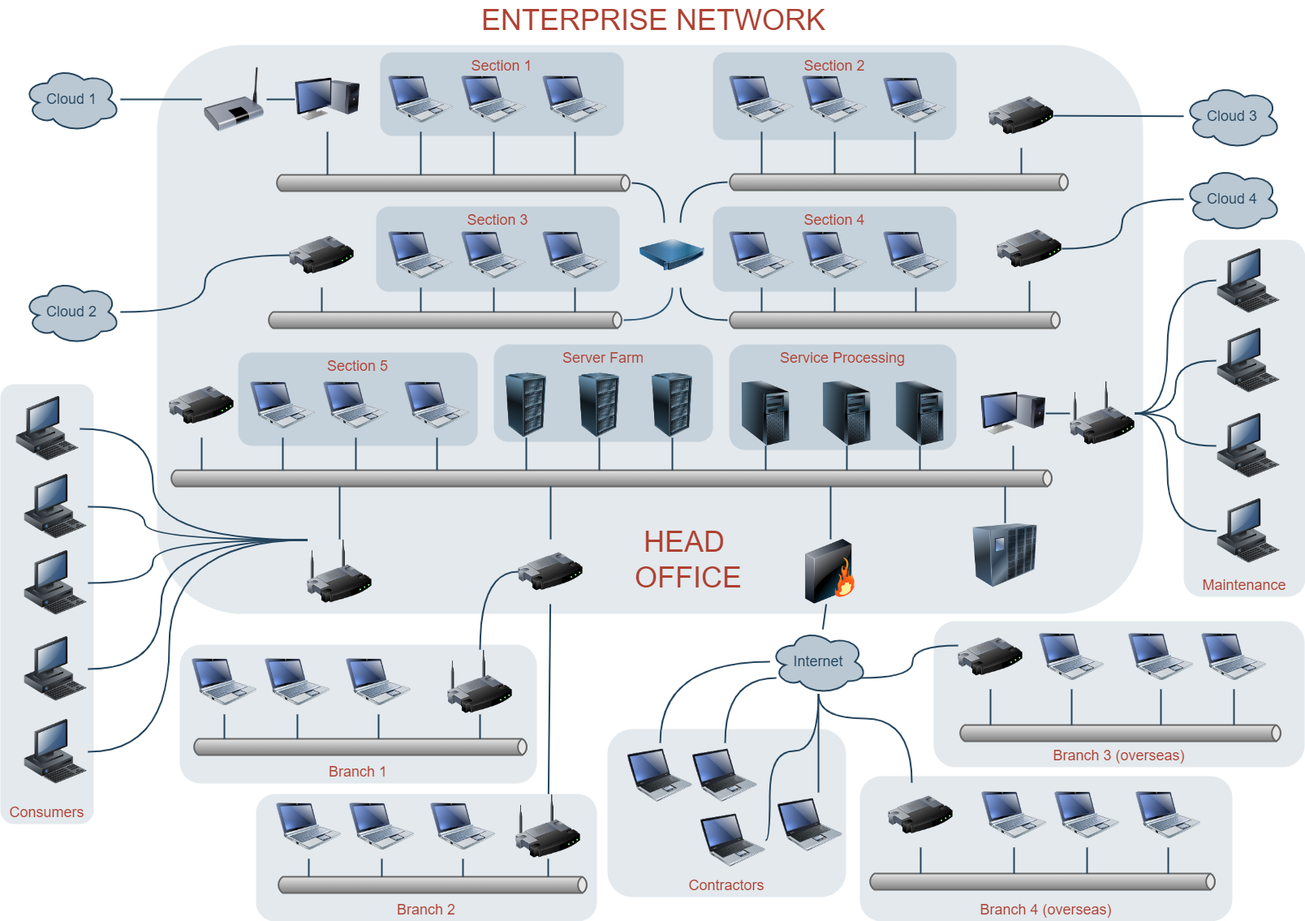
Earlier version of the draw.io export UML-DIAGRAMS/Network architecture.drawio.png (MDHaggai/NetworkAutomation). Source tidied: cells renumbered, new cells last; positions are measured from the earlier drawing's top-left corner, leaving out a move shared by most shapes.
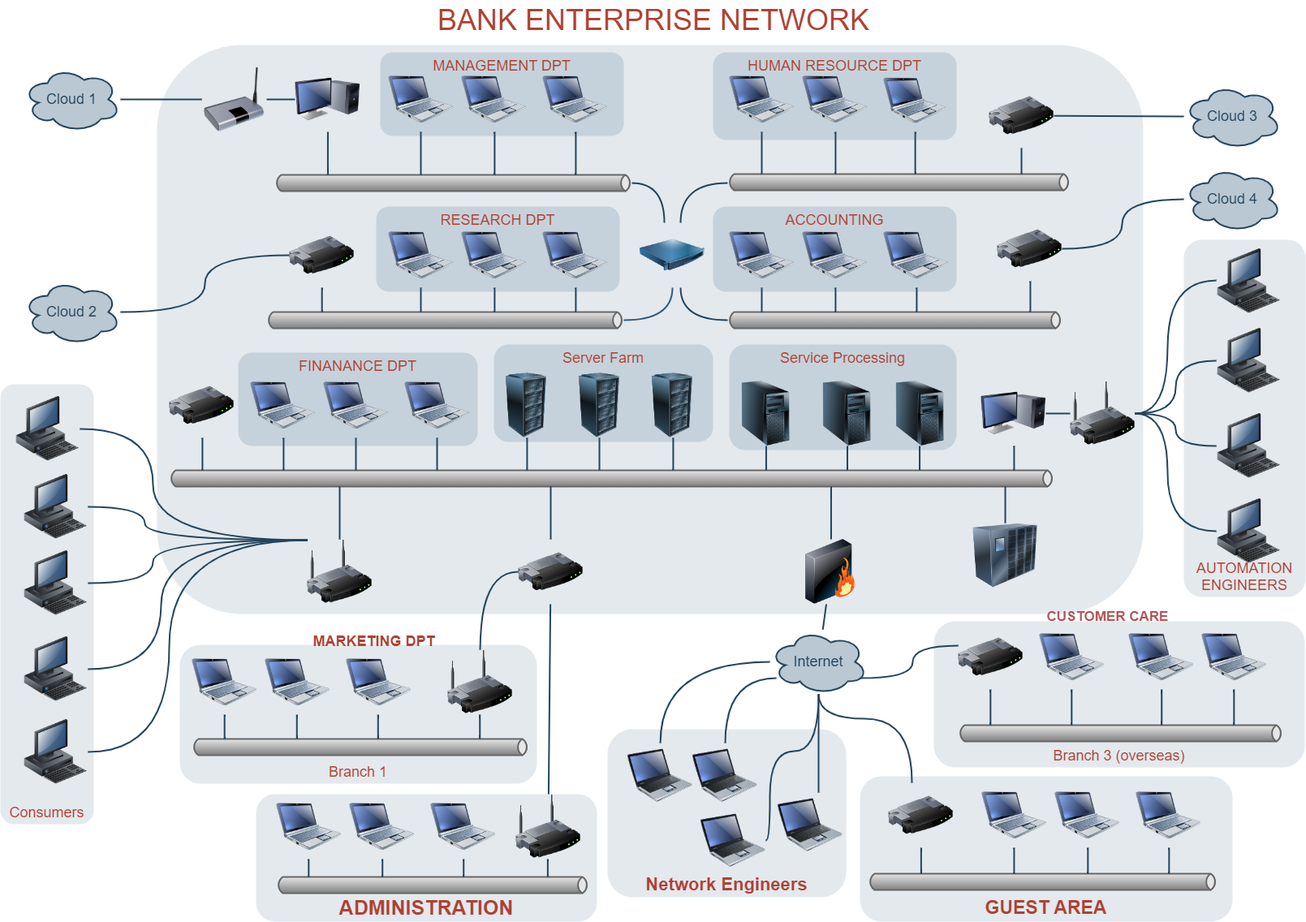
After the change.

What changed in the source:
```diff
@@ -2,19 +2,19 @@
   <root>
     <mxCell id="0" />
     <mxCell id="1" parent="0" />
-    <mxCell id="2" value="Maintenance" style="rounded=1;whiteSpace=wrap;html=1;shadow=0;strokeColor=none;fillColor=#BAC8D3;gradientColor=none;fontSize=18;fontColor=#AE4132;verticalAlign=bottom;fontStyle=0;opacity=40;strokeWidth=3;" parent="1" vertex="1">
+    <mxCell id="2" value="AUTOMATION ENGINEERS" style="rounded=1;whiteSpace=wrap;html=1;shadow=0;strokeColor=none;fillColor=#BAC8D3;gradientColor=none;fontSize=18;fontColor=#AE4132;verticalAlign=bottom;fontStyle=0;opacity=40;strokeWidth=3;" parent="1" vertex="1">
       <mxGeometry x="1458" y="295" width="150" height="440" as="geometry" />
     </mxCell>
     <mxCell id="3" style="rounded=1;whiteSpace=wrap;html=1;shadow=0;strokeColor=none;fillColor=#BAC8D3;gradientColor=none;fontSize=18;fontColor=#F08705;opacity=40;fontStyle=0;strokeWidth=3;" parent="1" vertex="1">
       <mxGeometry x="193" y="55" width="1215" height="701" as="geometry" />
     </mxCell>
-    <mxCell id="4" value="&lt;span&gt;Section 1&lt;/span&gt;" style="rounded=1;whiteSpace=wrap;html=1;shadow=0;strokeColor=none;fillColor=#BAC8D3;gradientColor=none;fontSize=18;fontColor=#AE4132;verticalAlign=top;opacity=70;fontStyle=0;strokeWidth=3;" parent="1" vertex="1">
+    <mxCell id="4" value="&lt;span&gt;MANAGEMENT DPT&lt;/span&gt;" style="rounded=1;whiteSpace=wrap;html=1;shadow=0;strokeColor=none;fillColor=#BAC8D3;gradientColor=none;fontSize=18;fontColor=#AE4132;verticalAlign=top;opacity=70;fontStyle=0;strokeWidth=3;" parent="1" vertex="1">
       <mxGeometry x="468" y="64" width="300" height="103" as="geometry" />
     </mxCell>
-    <mxCell id="5" value="&lt;span style=&quot;line-height: 17.1818180084229px&quot;&gt;Section 3&lt;/span&gt;" style="rounded=1;whiteSpace=wrap;html=1;shadow=0;strokeColor=none;fillColor=#BAC8D3;gradientColor=none;fontSize=18;fontColor=#AE4132;verticalAlign=top;fontStyle=0;opacity=70;strokeWidth=3;" parent="1" vertex="1">
+    <mxCell id="5" value="&lt;span style=&quot;line-height: 17.1818180084229px&quot;&gt;RESEARCH DPT&lt;/span&gt;" style="rounded=1;whiteSpace=wrap;html=1;shadow=0;strokeColor=none;fillColor=#BAC8D3;gradientColor=none;fontSize=18;fontColor=#AE4132;verticalAlign=top;fontStyle=0;opacity=70;strokeWidth=3;" parent="1" vertex="1">
       <mxGeometry x="463" y="254" width="300" height="105" as="geometry" />
     </mxCell>
-    <mxCell id="6" value="&lt;span style=&quot;line-height: 17.1818180084229px&quot;&gt;Section 5&lt;/span&gt;" style="rounded=1;whiteSpace=wrap;html=1;shadow=0;strokeColor=none;fillColor=#BAC8D3;gradientColor=none;fontSize=18;fontColor=#AE4132;verticalAlign=top;fontStyle=0;opacity=70;strokeWidth=3;" parent="1" vertex="1">
+    <mxCell id="6" value="&lt;span style=&quot;line-height: 17.1818180084229px&quot;&gt;FINANANCE DPT&lt;/span&gt;" style="rounded=1;whiteSpace=wrap;html=1;shadow=0;strokeColor=none;fillColor=#BAC8D3;gradientColor=none;fontSize=18;fontColor=#AE4132;verticalAlign=top;fontStyle=0;opacity=70;strokeWidth=3;" parent="1" vertex="1">
       <mxGeometry x="293" y="434" width="295" height="115" as="geometry" />
     </mxCell>
     <mxCell id="7" value="Server Farm" style="rounded=1;whiteSpace=wrap;html=1;shadow=0;strokeColor=none;fillColor=#BAC8D3;gradientColor=none;fontSize=18;fontColor=#AE4132;verticalAlign=top;fontStyle=0;opacity=70;strokeWidth=3;" parent="1" vertex="1">
@@ -23,22 +23,22 @@
     <mxCell id="8" value="Service Processing" style="rounded=1;whiteSpace=wrap;html=1;shadow=0;strokeColor=none;fillColor=#BAC8D3;gradientColor=none;fontSize=18;fontColor=#AE4132;verticalAlign=top;fontStyle=0;opacity=70;strokeWidth=3;" parent="1" vertex="1">
       <mxGeometry x="898" y="424" width="280" height="130" as="geometry" />
     </mxCell>
-    <mxCell id="9" value="&lt;span style=&quot;line-height: 17.1818180084229px&quot;&gt;Section 4&lt;/span&gt;&lt;br&gt;" style="rounded=1;whiteSpace=wrap;html=1;shadow=0;strokeColor=none;fillColor=#BAC8D3;gradientColor=none;fontSize=18;fontColor=#AE4132;verticalAlign=top;opacity=70;fontStyle=0;strokeWidth=3;" parent="1" vertex="1">
+    <mxCell id="9" value="ACCOUNTING" style="rounded=1;whiteSpace=wrap;html=1;shadow=0;strokeColor=none;fillColor=#BAC8D3;gradientColor=none;fontSize=18;fontColor=#AE4132;verticalAlign=top;opacity=70;fontStyle=0;strokeWidth=3;" parent="1" vertex="1">
       <mxGeometry x="878" y="254" width="300" height="105" as="geometry" />
     </mxCell>
-    <mxCell id="10" value="&lt;span style=&quot;line-height: 17.1818180084229px&quot;&gt;Section 2&lt;/span&gt;&lt;br&gt;" style="rounded=1;whiteSpace=wrap;html=1;shadow=0;strokeColor=none;fillColor=#BAC8D3;gradientColor=none;fontSize=18;fontColor=#AE4132;verticalAlign=top;opacity=70;fontStyle=0;strokeWidth=3;" parent="1" vertex="1">
+    <mxCell id="10" value="&lt;span style=&quot;line-height: 17.1818180084229px&quot;&gt;HUMAN RESOURCE DPT&lt;/span&gt;" style="rounded=1;whiteSpace=wrap;html=1;shadow=0;strokeColor=none;fillColor=#BAC8D3;gradientColor=none;fontSize=18;fontColor=#AE4132;verticalAlign=top;opacity=70;fontStyle=0;strokeWidth=3;" parent="1" vertex="1">
       <mxGeometry x="878" y="64" width="300" height="108" as="geometry" />
     </mxCell>
-    <mxCell id="11" value="Branch 4&lt;span style=&quot;line-height: 17.1818180084229px&quot;&gt;&amp;nbsp;(overseas)&lt;/span&gt;" style="rounded=1;whiteSpace=wrap;html=1;shadow=0;strokeColor=none;fillColor=#BAC8D3;gradientColor=none;fontSize=18;fontColor=#AE4132;fontStyle=0;verticalAlign=bottom;opacity=40;strokeWidth=3;" parent="1" vertex="1">
+    <mxCell id="11" value="&lt;span style=&quot;font-size: 23px;&quot;&gt;&lt;b&gt;GUEST AREA&lt;/b&gt;&lt;/span&gt;" style="rounded=1;whiteSpace=wrap;html=1;shadow=0;strokeColor=none;fillColor=#BAC8D3;gradientColor=none;fontSize=18;fontColor=#AE4132;fontStyle=0;verticalAlign=bottom;opacity=40;strokeWidth=3;" parent="1" vertex="1">
       <mxGeometry x="1059" y="956" width="459" height="179" as="geometry" />
     </mxCell>
     <mxCell id="12" value="Branch 3 (overseas)" style="rounded=1;whiteSpace=wrap;html=1;shadow=0;strokeColor=none;fillColor=#BAC8D3;gradientColor=none;fontSize=18;fontColor=#AE4132;verticalAlign=bottom;fontStyle=0;opacity=40;strokeWidth=3;" parent="1" vertex="1">
       <mxGeometry x="1150" y="765" width="457" height="180" as="geometry" />
     </mxCell>
-    <mxCell id="13" value="Contractors" style="rounded=1;whiteSpace=wrap;html=1;shadow=0;strokeColor=none;fillColor=#BAC8D3;gradientColor=none;fontSize=18;fontColor=#AE4132;verticalAlign=bottom;fontStyle=0;opacity=40;strokeWidth=3;" parent="1" vertex="1">
+    <mxCell id="13" value="&lt;b&gt;&lt;font style=&quot;font-size: 22px;&quot;&gt;Network Engineers&lt;/font&gt;&lt;/b&gt;" style="rounded=1;whiteSpace=wrap;html=1;shadow=0;strokeColor=none;fillColor=#BAC8D3;gradientColor=none;fontSize=18;fontColor=#AE4132;verticalAlign=bottom;fontStyle=0;opacity=40;strokeWidth=3;" parent="1" vertex="1">
       <mxGeometry x="748" y="898" width="294" height="207" as="geometry" />
     </mxCell>
-    <mxCell id="14" value="Branch 2" style="rounded=1;whiteSpace=wrap;html=1;shadow=0;strokeColor=none;fillColor=#BAC8D3;gradientColor=none;fontSize=18;fontColor=#AE4132;fontStyle=0;verticalAlign=bottom;opacity=40;strokeWidth=3;" parent="1" vertex="1">
+    <mxCell id="14" value="&lt;b&gt;&lt;font style=&quot;font-size: 25px;&quot;&gt;ADMINISTRATION&lt;/font&gt;&lt;/b&gt;" style="rounded=1;whiteSpace=wrap;html=1;shadow=0;strokeColor=none;fillColor=#BAC8D3;gradientColor=none;fontSize=18;fontColor=#AE4132;fontStyle=0;verticalAlign=bottom;opacity=40;strokeWidth=3;" parent="1" vertex="1">
       <mxGeometry x="315" y="978" width="420" height="157" as="geometry" />
     </mxCell>
     <mxCell id="15" value="Branch 1" style="rounded=1;whiteSpace=wrap;html=1;shadow=0;strokeColor=none;fillColor=#BAC8D3;gradientColor=none;fontSize=18;fontColor=#AE4132;verticalAlign=bottom;fontStyle=0;opacity=40;strokeWidth=3;" parent="1" vertex="1">
@@ -573,10 +573,7 @@
     <mxCell id="166" style="edgeStyle=elbowEdgeStyle;strokeWidth=2;rounded=0;endArrow=none;startArrow=none;startSize=10;endSize=10;dashed=0;html=1;strokeColor=#23445D;fontSize=18;fontColor=#F08705;startFill=0;endFill=0;fontStyle=0;" parent="1" edge="1" source="48" target="160">
       <mxGeometry relative="1" as="geometry" />
     </mxCell>
-    <mxCell id="167" value="HEAD&amp;nbsp;&lt;div&gt;OFFICE&lt;/div&gt;" style="text;html=1;strokeColor=none;fillColor=none;align=center;verticalAlign=middle;whiteSpace=wrap;overflow=hidden;shadow=0;fontSize=36;fontColor=#AE4132;fontStyle=0;" parent="1" vertex="1">
-      <mxGeometry x="728" y="634" width="240" height="110" as="geometry" />
-    </mxCell>
-    <mxCell id="168" value="ENTERPRISE NETWORK" style="text;html=1;strokeColor=none;fillColor=none;align=center;verticalAlign=middle;whiteSpace=wrap;overflow=hidden;shadow=0;fontSize=36;fontColor=#AE4132;fontStyle=0;" parent="1" vertex="1">
+    <mxCell id="168" value="BANK ENTERPRISE NETWORK" style="text;html=1;strokeColor=none;fillColor=none;align=center;verticalAlign=middle;whiteSpace=wrap;overflow=hidden;shadow=0;fontSize=36;fontColor=#AE4132;fontStyle=0;" parent="1" vertex="1">
       <mxGeometry x="115" width="1380" height="45" as="geometry" />
     </mxCell>
     <mxCell id="169" style="image;html=1;image=img/lib/clip_art/computers/Workstation_128x128.png;shadow=0;strokeColor=#000000;fillColor=#FFFFFF;gradientColor=none;fontSize=18;fontColor=#F08705;fontStyle=0;" parent="1" vertex="1">
@@ -596,5 +593,11 @@
     <mxCell id="172" style="edgeStyle=orthogonalEdgeStyle;rounded=0;jumpStyle=none;html=1;exitX=0.75;exitY=0;entryX=0.75;entryY=0;shadow=0;labelBackgroundColor=none;startArrow=none;startFill=0;endArrow=classic;endFill=1;endSize=6;jettySize=auto;orthogonalLoop=1;strokeColor=#23445D;strokeWidth=2;fillColor=#F08705;fontFamily=Helvetica;fontSize=14;fontColor=#FFFFFF;align=left;fontStyle=0;" parent="1" edge="1" source="27" target="27">
       <mxGeometry relative="1" as="geometry" />
     </mxCell>
+    <mxCell id="173" value="&lt;span style=&quot;color: rgb(174, 65, 50); font-size: 18px;&quot;&gt;&lt;b&gt;MARKETING DPT&lt;/b&gt;&lt;/span&gt;" style="text;html=1;align=center;verticalAlign=middle;whiteSpace=wrap;rounded=0;" parent="1" vertex="1">
+      <mxGeometry x="383" y="775" width="155" height="30" as="geometry" />
+    </mxCell>
+    <mxCell id="174" value="&lt;b&gt;&lt;font color=&quot;#b35151&quot; style=&quot;font-size: 17px;&quot;&gt;CUSTOMER CARE&lt;/font&gt;&lt;/b&gt;" style="text;html=1;align=center;verticalAlign=middle;whiteSpace=wrap;rounded=0;" parent="1" vertex="1">
+      <mxGeometry x="1280" y="745" width="169" height="30" as="geometry" />
+    </mxCell>
   </root>
 </mxGraphModel>
```
